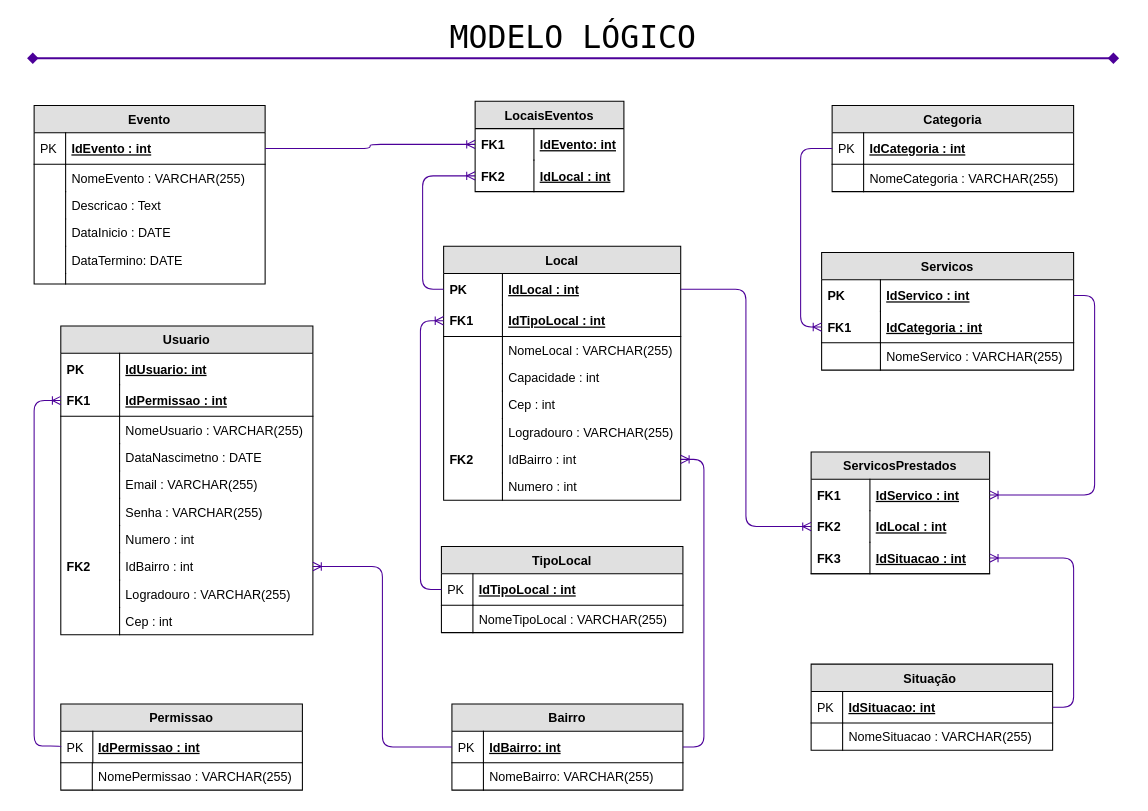
Above: page "MODELO LÓGICO" (2 of 2) of sprint1-bd/Modelagem/WebsiteDaSaude-Modelagem.drawio in lukkanog/website-da-saude (draw.io), before the change. Source tidied: cells renumbered, new cells numbered last; positions are measured from the earlier drawing's top-left corner, leaving out a move shared by most shapes. Both pictures are drawn from the tidied source at 105%, with x=0, y=0 at pixel (26, 26).
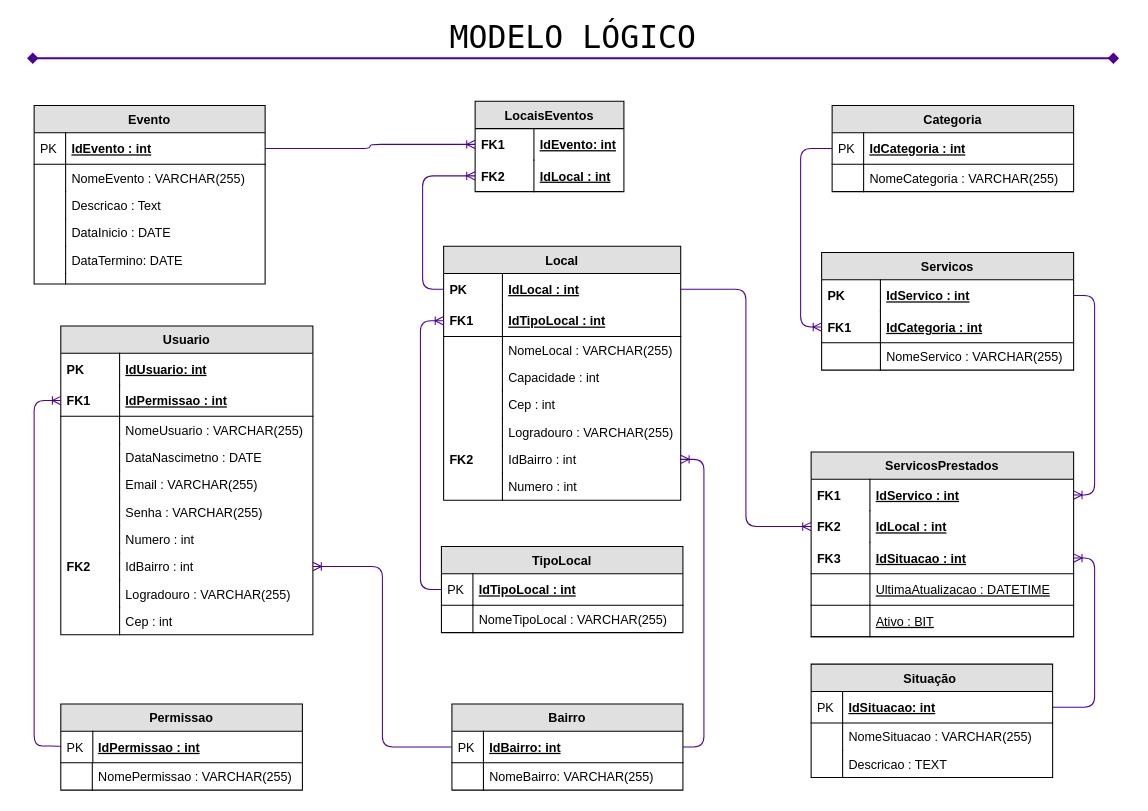
After the change.

Change to the diagram source:
```diff
@@
     <mxCell id="80" value="ServicosPrestados" style="swimlane;fontStyle=1;horizontal=1;startSize=26;fillColor=#e0e0e0;swimlaneFillColor=#ffffff;align=center;fontSize=12;" parent="1" vertex="1">
-      <mxGeometry x="747" y="405" width="170" height="116" as="geometry" />
+      <mxGeometry x="747" y="405" width="250" height="176" as="geometry" />
     </mxCell>
     <mxCell id="81" value="IdServico : int" style="shape=partialRectangle;top=0;left=0;right=0;bottom=0;align=left;verticalAlign=middle;fillColor=none;spacingLeft=60;spacingRight=4;overflow=hidden;points=[[0,0.5],[1,0.5]];portConstraint=eastwest;fontStyle=5;fontSize=12;" parent="80" vertex="1">
-      <mxGeometry y="26" width="170" height="30" as="geometry" />
+      <mxGeometry y="26" width="250" height="30" as="geometry" />
     </mxCell>
@@
     <mxCell id="83" value="IdLocal : int" style="shape=partialRectangle;top=0;left=0;right=0;bottom=0;align=left;verticalAlign=middle;fillColor=none;spacingLeft=60;spacingRight=4;overflow=hidden;points=[[0,0.5],[1,0.5]];portConstraint=eastwest;fontStyle=5;fontSize=12;" parent="80" vertex="1">
-      <mxGeometry y="56" width="170" height="30" as="geometry" />
+      <mxGeometry y="56" width="250" height="30" as="geometry" />
     </mxCell>
@@
     <mxCell id="85" value="IdSituacao : int" style="shape=partialRectangle;top=0;left=0;right=0;bottom=1;align=left;verticalAlign=middle;fillColor=none;spacingLeft=60;spacingRight=4;overflow=hidden;points=[[0,0.5],[1,0.5]];portConstraint=eastwest;fontStyle=5;fontSize=12;" parent="80" vertex="1">
-      <mxGeometry y="86" width="170" height="30" as="geometry" />
+      <mxGeometry y="86" width="250" height="30" as="geometry" />
     </mxCell>
@@
+    <mxCell id="109" value="UltimaAtualizacao : DATETIME" style="shape=partialRectangle;top=0;left=0;right=0;bottom=1;align=left;verticalAlign=middle;fillColor=none;spacingLeft=60;spacingRight=4;overflow=hidden;fontStyle=4;fontSize=12;" parent="80" vertex="1">
+      <mxGeometry y="116" width="250" height="30" as="geometry" />
+    </mxCell>
+    <mxCell id="110" style="shape=partialRectangle;fontStyle=1;top=0;left=0;bottom=0;fillColor=none;align=left;verticalAlign=middle;spacingLeft=4;spacingRight=4;overflow=hidden;fontSize=12;" parent="109" vertex="1">
+      <mxGeometry width="56" height="30" as="geometry" />
+    </mxCell>
+    <mxCell id="111" value="Ativo : BIT" style="shape=partialRectangle;top=0;left=0;right=0;bottom=1;align=left;verticalAlign=middle;fillColor=none;spacingLeft=60;spacingRight=4;overflow=hidden;fontStyle=4;fontSize=12;" parent="80" vertex="1">
+      <mxGeometry y="146" width="250" height="30" as="geometry" />
+    </mxCell>
+    <mxCell id="112" style="shape=partialRectangle;fontStyle=1;top=0;left=0;bottom=0;fillColor=none;align=left;verticalAlign=middle;spacingLeft=4;spacingRight=4;overflow=hidden;fontSize=12;" parent="111" vertex="1">
+      <mxGeometry width="56" height="30" as="geometry" />
+    </mxCell>
     <mxCell id="87" value="Situação " style="swimlane;fontStyle=1;horizontal=1;startSize=26;fillColor=#e0e0e0;swimlaneFillColor=#ffffff;align=center;fontSize=12;" parent="1" vertex="1">
-      <mxGeometry x="747" y="607" width="230" height="82" as="geometry" />
+      <mxGeometry x="747" y="607" width="230" height="108" as="geometry" />
     </mxCell>
@@
+    <mxCell id="113" value="Descricao : TEXT" style="shape=partialRectangle;top=0;left=0;right=0;bottom=0;align=left;verticalAlign=top;fillColor=none;spacingLeft=34;spacingRight=4;overflow=hidden;fontSize=12;" parent="87" vertex="1">
+      <mxGeometry y="82" width="230" height="26" as="geometry" />
+    </mxCell>
+    <mxCell id="114" style="shape=partialRectangle;top=0;left=0;bottom=0;fillColor=none;align=left;verticalAlign=top;spacingLeft=4;spacingRight=4;overflow=hidden;fontSize=12;" parent="113" vertex="1">
+      <mxGeometry width="30" height="26" as="geometry" />
+    </mxCell>
```
